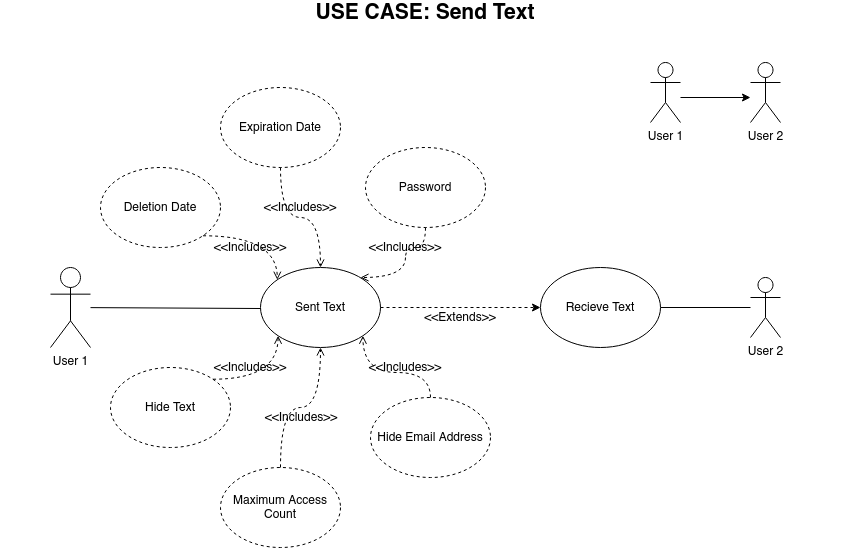
Earlier version of the draw.io export usecase/send_text/SendingAText.png (DoctorEww/software-assurance). Source tidied: cells renumbered, new cells last; positions are measured from the earlier drawing's top-left corner, leaving out a move shared by most shapes. Source of this version:
```xml
<mxGraphModel>
  <root>
    <mxCell id="0" />
    <mxCell id="1" parent="0" />
    <mxCell id="2" style="edgeStyle=orthogonalEdgeStyle;rounded=0;orthogonalLoop=1;jettySize=auto;html=1;" parent="1" edge="1">
      <mxGeometry relative="1" as="geometry">
        <mxPoint x="680" y="95" as="sourcePoint" />
        <mxPoint x="750" y="95" as="targetPoint" />
      </mxGeometry>
    </mxCell>
    <mxCell id="3" value="User 1" style="shape=umlActor;verticalLabelPosition=bottom;verticalAlign=top;html=1;" parent="1" vertex="1">
      <mxGeometry x="650" y="60" width="30" height="60" as="geometry" />
    </mxCell>
    <mxCell id="4" value="User 2" style="shape=umlActor;verticalLabelPosition=bottom;verticalAlign=top;html=1;" parent="1" vertex="1">
      <mxGeometry x="750" y="60" width="30" height="60" as="geometry" />
    </mxCell>
    <mxCell id="5" value="User 1" style="shape=umlActor;verticalLabelPosition=bottom;verticalAlign=top;html=1;outlineConnect=0;" parent="1" vertex="1">
      <mxGeometry x="50" y="265" width="40" height="80" as="geometry" />
    </mxCell>
    <mxCell id="6" value="Sent Text" style="ellipse;whiteSpace=wrap;html=1;" parent="1" vertex="1">
      <mxGeometry x="260" y="265" width="120" height="80" as="geometry" />
    </mxCell>
    <mxCell id="7" style="endArrow=none;html=1;" parent="1" edge="1" source="5">
      <mxGeometry relative="1" as="geometry">
        <mxPoint x="260" y="306" as="targetPoint" />
      </mxGeometry>
    </mxCell>
    <mxCell id="8" value="Hide Text" style="ellipse;whiteSpace=wrap;html=1;dashed=1;" parent="1" vertex="1">
      <mxGeometry x="110" y="365" width="120" height="80" as="geometry" />
    </mxCell>
    <mxCell id="9" style="edgeStyle=orthogonalEdgeStyle;rounded=0;jettySize=auto;html=1;entryX=1;entryY=0.5;entryDx=0;entryDy=0;endArrow=none;endFill=0;" parent="1" edge="1" source="10" target="18">
      <mxGeometry relative="1" as="geometry" />
    </mxCell>
    <mxCell id="10" value="User 2" style="shape=umlActor;verticalLabelPosition=bottom;verticalAlign=top;html=1;outlineConnect=0;" parent="1" vertex="1">
      <mxGeometry x="750" y="275" width="30" height="60" as="geometry" />
    </mxCell>
    <mxCell id="11" value="Deletion Date" style="ellipse;whiteSpace=wrap;html=1;dashed=1;" parent="1" vertex="1">
      <mxGeometry x="100" y="165" width="120" height="80" as="geometry" />
    </mxCell>
    <mxCell id="12" style="edgeStyle=orthogonalEdgeStyle;rounded=1;jettySize=auto;html=1;dashed=1;strokeWidth=1;endFill=0;endArrow=open;curved=1;exitX=1;exitY=1;exitDx=0;exitDy=0;entryX=0;entryY=0;entryDx=0;entryDy=0;" parent="1" edge="1" source="11" target="6">
      <mxGeometry relative="1" as="geometry" />
    </mxCell>
    <mxCell id="13" style="edgeStyle=orthogonalEdgeStyle;rounded=1;jettySize=auto;html=1;entryX=0;entryY=1;entryDx=0;entryDy=0;dashed=1;strokeWidth=1;endFill=0;endArrow=open;curved=1;exitX=1;exitY=0;exitDx=0;exitDy=0;" parent="1" edge="1" source="8" target="6">
      <mxGeometry relative="1" as="geometry" />
    </mxCell>
    <mxCell id="14" value="Expiration Date" style="ellipse;whiteSpace=wrap;html=1;dashed=1;" parent="1" vertex="1">
      <mxGeometry x="220" y="85" width="120" height="80" as="geometry" />
    </mxCell>
    <mxCell id="15" value="Maximum Access Count" style="ellipse;whiteSpace=wrap;html=1;dashed=1;" parent="1" vertex="1">
      <mxGeometry x="220" y="465" width="120" height="80" as="geometry" />
    </mxCell>
    <mxCell id="16" style="edgeStyle=orthogonalEdgeStyle;rounded=1;jettySize=auto;html=1;entryX=0.5;entryY=1;entryDx=0;entryDy=0;dashed=1;strokeWidth=1;endFill=0;endArrow=open;curved=1;exitX=0.5;exitY=0;exitDx=0;exitDy=0;" parent="1" edge="1" source="15" target="6">
      <mxGeometry relative="1" as="geometry" />
    </mxCell>
    <mxCell id="17" style="edgeStyle=orthogonalEdgeStyle;rounded=1;jettySize=auto;html=1;dashed=1;strokeWidth=1;endFill=0;endArrow=open;curved=1;exitX=0.5;exitY=1;exitDx=0;exitDy=0;" parent="1" edge="1" source="14">
      <mxGeometry relative="1" as="geometry">
        <mxPoint x="320" y="265" as="targetPoint" />
      </mxGeometry>
    </mxCell>
    <mxCell id="18" value="Recieve Text" style="ellipse;whiteSpace=wrap;html=1;" parent="1" vertex="1">
      <mxGeometry x="540" y="265" width="120" height="80" as="geometry" />
    </mxCell>
    <mxCell id="19" style="endArrow=classic;html=1;exitX=1;exitY=0.5;exitDx=0;exitDy=0;entryX=0;entryY=0.5;entryDx=0;entryDy=0;endFill=1;dashed=1;" parent="1" edge="1" source="6" target="18">
      <mxGeometry relative="1" as="geometry" />
    </mxCell>
    <mxCell id="20" value="&amp;lt;&amp;lt;Includes&amp;gt;&amp;gt;" style="text;html=1;strokeColor=none;fillColor=none;align=center;verticalAlign=middle;whiteSpace=wrap;rounded=0;" parent="1" vertex="1">
      <mxGeometry x="260" y="195" width="80" height="20" as="geometry" />
    </mxCell>
    <mxCell id="21" value="&amp;lt;&amp;lt;Includes&amp;gt;&amp;gt;" style="text;html=1;strokeColor=none;fillColor=none;align=center;verticalAlign=middle;whiteSpace=wrap;rounded=0;" parent="1" vertex="1">
      <mxGeometry x="261" y="405" width="80" height="20" as="geometry" />
    </mxCell>
    <mxCell id="22" value="&amp;lt;&amp;lt;Includes&amp;gt;&amp;gt;" style="text;html=1;strokeColor=none;fillColor=none;align=center;verticalAlign=middle;whiteSpace=wrap;rounded=0;" parent="1" vertex="1">
      <mxGeometry x="210" y="235" width="80" height="20" as="geometry" />
    </mxCell>
    <mxCell id="23" value="&amp;lt;&amp;lt;Includes&amp;gt;&amp;gt;" style="text;html=1;strokeColor=none;fillColor=none;align=center;verticalAlign=middle;whiteSpace=wrap;rounded=0;" parent="1" vertex="1">
      <mxGeometry x="210" y="355" width="80" height="20" as="geometry" />
    </mxCell>
    <mxCell id="24" value="Password" style="ellipse;whiteSpace=wrap;html=1;dashed=1;" parent="1" vertex="1">
      <mxGeometry x="365" y="145" width="120" height="80" as="geometry" />
    </mxCell>
    <mxCell id="25" value="Hide Email Address" style="ellipse;whiteSpace=wrap;html=1;dashed=1;" parent="1" vertex="1">
      <mxGeometry x="370" y="395" width="120" height="80" as="geometry" />
    </mxCell>
    <mxCell id="26" style="edgeStyle=orthogonalEdgeStyle;rounded=1;jettySize=auto;html=1;dashed=1;strokeWidth=1;endFill=0;endArrow=open;curved=1;exitX=0.5;exitY=1;exitDx=0;exitDy=0;startArrow=none;" parent="1" edge="1" source="28">
      <mxGeometry relative="1" as="geometry">
        <mxPoint x="360" y="275" as="targetPoint" />
      </mxGeometry>
    </mxCell>
    <mxCell id="27" style="edgeStyle=orthogonalEdgeStyle;rounded=1;jettySize=auto;html=1;entryX=1;entryY=1;entryDx=0;entryDy=0;dashed=1;strokeWidth=1;endFill=0;endArrow=open;curved=1;exitX=0.5;exitY=0;exitDx=0;exitDy=0;" parent="1" edge="1" source="25" target="6">
      <mxGeometry relative="1" as="geometry" />
    </mxCell>
    <mxCell id="28" value="&amp;lt;&amp;lt;Includes&amp;gt;&amp;gt;" style="text;html=1;strokeColor=none;fillColor=none;align=center;verticalAlign=middle;whiteSpace=wrap;rounded=0;" parent="1" vertex="1">
      <mxGeometry x="365" y="235" width="80" height="20" as="geometry" />
    </mxCell>
    <mxCell id="29" style="edgeStyle=orthogonalEdgeStyle;rounded=1;jettySize=auto;html=1;dashed=1;strokeWidth=1;endFill=0;endArrow=none;curved=1;exitX=0.5;exitY=1;exitDx=0;exitDy=0;" parent="1" edge="1" source="24" target="28">
      <mxGeometry relative="1" as="geometry" />
    </mxCell>
    <mxCell id="30" value="&amp;lt;&amp;lt;Includes&amp;gt;&amp;gt;" style="text;html=1;strokeColor=none;fillColor=none;align=center;verticalAlign=middle;whiteSpace=wrap;rounded=0;" parent="1" vertex="1">
      <mxGeometry x="365" y="355" width="80" height="20" as="geometry" />
    </mxCell>
    <mxCell id="31" value="&amp;lt;&amp;lt;Extends&amp;gt;&amp;gt;" style="text;html=1;strokeColor=none;fillColor=none;align=center;verticalAlign=middle;whiteSpace=wrap;rounded=0;" parent="1" vertex="1">
      <mxGeometry x="420" y="305" width="80" height="20" as="geometry" />
    </mxCell>
    <mxCell id="32" value="&lt;b&gt;&lt;font style=&quot;font-size: 21px&quot;&gt;USE CASE: Send Text&lt;br&gt;&lt;/font&gt;&lt;/b&gt;" style="text;html=1;strokeColor=none;fillColor=none;align=center;verticalAlign=middle;whiteSpace=wrap;rounded=0;" parent="1" vertex="1">
      <mxGeometry width="850" height="20" as="geometry" />
    </mxCell>
  </root>
</mxGraphModel>
```
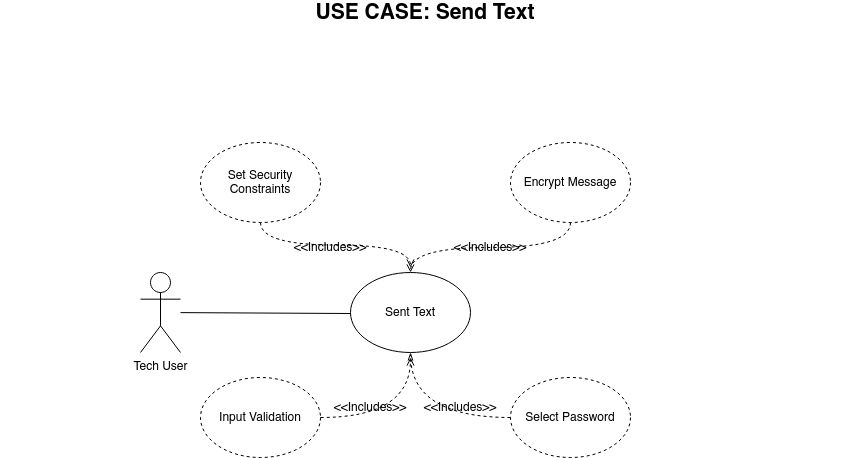
The same diagram one commit later.

Diff of the diagram source:
```diff
@@ -2,107 +2,65 @@
   <root>
     <mxCell id="0" />
     <mxCell id="1" parent="0" />
-    <mxCell id="2" style="edgeStyle=orthogonalEdgeStyle;rounded=0;orthogonalLoop=1;jettySize=auto;html=1;" parent="1" edge="1">
-      <mxGeometry relative="1" as="geometry">
-        <mxPoint x="680" y="95" as="sourcePoint" />
-        <mxPoint x="750" y="95" as="targetPoint" />
-      </mxGeometry>
-    </mxCell>
-    <mxCell id="3" value="User 1" style="shape=umlActor;verticalLabelPosition=bottom;verticalAlign=top;html=1;" parent="1" vertex="1">
-      <mxGeometry x="650" y="60" width="30" height="60" as="geometry" />
-    </mxCell>
-    <mxCell id="4" value="User 2" style="shape=umlActor;verticalLabelPosition=bottom;verticalAlign=top;html=1;" parent="1" vertex="1">
-      <mxGeometry x="750" y="60" width="30" height="60" as="geometry" />
-    </mxCell>
-    <mxCell id="5" value="User 1" style="shape=umlActor;verticalLabelPosition=bottom;verticalAlign=top;html=1;outlineConnect=0;" parent="1" vertex="1">
-      <mxGeometry x="50" y="265" width="40" height="80" as="geometry" />
+    <mxCell id="5" value="Tech User" style="shape=umlActor;verticalLabelPosition=bottom;verticalAlign=top;html=1;outlineConnect=0;" parent="1" vertex="1">
+      <mxGeometry x="140" y="270" width="40" height="80" as="geometry" />
     </mxCell>
     <mxCell id="6" value="Sent Text" style="ellipse;whiteSpace=wrap;html=1;" parent="1" vertex="1">
-      <mxGeometry x="260" y="265" width="120" height="80" as="geometry" />
+      <mxGeometry x="350" y="270" width="120" height="80" as="geometry" />
     </mxCell>
     <mxCell id="7" style="endArrow=none;html=1;" parent="1" edge="1" source="5">
       <mxGeometry relative="1" as="geometry">
-        <mxPoint x="260" y="306" as="targetPoint" />
+        <mxPoint x="350" y="311" as="targetPoint" />
       </mxGeometry>
     </mxCell>
-    <mxCell id="8" value="Hide Text" style="ellipse;whiteSpace=wrap;html=1;dashed=1;" parent="1" vertex="1">
-      <mxGeometry x="110" y="365" width="120" height="80" as="geometry" />
-    </mxCell>
-    <mxCell id="9" style="edgeStyle=orthogonalEdgeStyle;rounded=0;jettySize=auto;html=1;entryX=1;entryY=0.5;entryDx=0;entryDy=0;endArrow=none;endFill=0;" parent="1" edge="1" source="10" target="18">
-      <mxGeometry relative="1" as="geometry" />
-    </mxCell>
-    <mxCell id="10" value="User 2" style="shape=umlActor;verticalLabelPosition=bottom;verticalAlign=top;html=1;outlineConnect=0;" parent="1" vertex="1">
-      <mxGeometry x="750" y="275" width="30" height="60" as="geometry" />
-    </mxCell>
-    <mxCell id="11" value="Deletion Date" style="ellipse;whiteSpace=wrap;html=1;dashed=1;" parent="1" vertex="1">
-      <mxGeometry x="100" y="165" width="120" height="80" as="geometry" />
+    <mxCell id="11" value="Set Security Constraints" style="ellipse;whiteSpace=wrap;html=1;dashed=1;" parent="1" vertex="1">
+      <mxGeometry x="200" y="140" width="120" height="80" as="geometry" />
     </mxCell>
-    <mxCell id="12" style="edgeStyle=orthogonalEdgeStyle;rounded=1;jettySize=auto;html=1;dashed=1;strokeWidth=1;endFill=0;endArrow=open;curved=1;exitX=1;exitY=1;exitDx=0;exitDy=0;entryX=0;entryY=0;entryDx=0;entryDy=0;" parent="1" edge="1" source="11" target="6">
-      <mxGeometry relative="1" as="geometry" />
-    </mxCell>
-    <mxCell id="13" style="edgeStyle=orthogonalEdgeStyle;rounded=1;jettySize=auto;html=1;entryX=0;entryY=1;entryDx=0;entryDy=0;dashed=1;strokeWidth=1;endFill=0;endArrow=open;curved=1;exitX=1;exitY=0;exitDx=0;exitDy=0;" parent="1" edge="1" source="8" target="6">
-      <mxGeometry relative="1" as="geometry" />
-    </mxCell>
-    <mxCell id="14" value="Expiration Date" style="ellipse;whiteSpace=wrap;html=1;dashed=1;" parent="1" vertex="1">
-      <mxGeometry x="220" y="85" width="120" height="80" as="geometry" />
+    <mxCell id="14" value="Encrypt Message" style="ellipse;whiteSpace=wrap;html=1;dashed=1;" parent="1" vertex="1">
+      <mxGeometry x="510" y="140" width="120" height="80" as="geometry" />
     </mxCell>
-    <mxCell id="15" value="Maximum Access Count" style="ellipse;whiteSpace=wrap;html=1;dashed=1;" parent="1" vertex="1">
-      <mxGeometry x="220" y="465" width="120" height="80" as="geometry" />
-    </mxCell>
-    <mxCell id="16" style="edgeStyle=orthogonalEdgeStyle;rounded=1;jettySize=auto;html=1;entryX=0.5;entryY=1;entryDx=0;entryDy=0;dashed=1;strokeWidth=1;endFill=0;endArrow=open;curved=1;exitX=0.5;exitY=0;exitDx=0;exitDy=0;" parent="1" edge="1" source="15" target="6">
-      <mxGeometry relative="1" as="geometry" />
-    </mxCell>
     <mxCell id="17" style="edgeStyle=orthogonalEdgeStyle;rounded=1;jettySize=auto;html=1;dashed=1;strokeWidth=1;endFill=0;endArrow=open;curved=1;exitX=0.5;exitY=1;exitDx=0;exitDy=0;" parent="1" edge="1" source="14">
       <mxGeometry relative="1" as="geometry">
-        <mxPoint x="320" y="265" as="targetPoint" />
+        <mxPoint x="410" y="270" as="targetPoint" />
       </mxGeometry>
     </mxCell>
-    <mxCell id="18" value="Recieve Text" style="ellipse;whiteSpace=wrap;html=1;" parent="1" vertex="1">
-      <mxGeometry x="540" y="265" width="120" height="80" as="geometry" />
-    </mxCell>
-    <mxCell id="19" style="endArrow=classic;html=1;exitX=1;exitY=0.5;exitDx=0;exitDy=0;entryX=0;entryY=0.5;entryDx=0;entryDy=0;endFill=1;dashed=1;" parent="1" edge="1" source="6" target="18">
-      <mxGeometry relative="1" as="geometry" />
-    </mxCell>
     <mxCell id="20" value="&amp;lt;&amp;lt;Includes&amp;gt;&amp;gt;" style="text;html=1;strokeColor=none;fillColor=none;align=center;verticalAlign=middle;whiteSpace=wrap;rounded=0;" parent="1" vertex="1">
-      <mxGeometry x="260" y="195" width="80" height="20" as="geometry" />
+      <mxGeometry x="450" y="235" width="80" height="20" as="geometry" />
     </mxCell>
-    <mxCell id="21" value="&amp;lt;&amp;lt;Includes&amp;gt;&amp;gt;" style="text;html=1;strokeColor=none;fillColor=none;align=center;verticalAlign=middle;whiteSpace=wrap;rounded=0;" parent="1" vertex="1">
-      <mxGeometry x="261" y="405" width="80" height="20" as="geometry" />
-    </mxCell>
-    <mxCell id="22" value="&amp;lt;&amp;lt;Includes&amp;gt;&amp;gt;" style="text;html=1;strokeColor=none;fillColor=none;align=center;verticalAlign=middle;whiteSpace=wrap;rounded=0;" parent="1" vertex="1">
-      <mxGeometry x="210" y="235" width="80" height="20" as="geometry" />
-    </mxCell>
-    <mxCell id="23" value="&amp;lt;&amp;lt;Includes&amp;gt;&amp;gt;" style="text;html=1;strokeColor=none;fillColor=none;align=center;verticalAlign=middle;whiteSpace=wrap;rounded=0;" parent="1" vertex="1">
-      <mxGeometry x="210" y="355" width="80" height="20" as="geometry" />
-    </mxCell>
-    <mxCell id="24" value="Password" style="ellipse;whiteSpace=wrap;html=1;dashed=1;" parent="1" vertex="1">
-      <mxGeometry x="365" y="145" width="120" height="80" as="geometry" />
+    <mxCell id="24" value="Select Password" style="ellipse;whiteSpace=wrap;html=1;dashed=1;" parent="1" vertex="1">
+      <mxGeometry x="510" y="375" width="120" height="80" as="geometry" />
     </mxCell>
-    <mxCell id="25" value="Hide Email Address" style="ellipse;whiteSpace=wrap;html=1;dashed=1;" parent="1" vertex="1">
-      <mxGeometry x="370" y="395" width="120" height="80" as="geometry" />
-    </mxCell>
-    <mxCell id="26" style="edgeStyle=orthogonalEdgeStyle;rounded=1;jettySize=auto;html=1;dashed=1;strokeWidth=1;endFill=0;endArrow=open;curved=1;exitX=0.5;exitY=1;exitDx=0;exitDy=0;startArrow=none;" parent="1" edge="1" source="28">
-      <mxGeometry relative="1" as="geometry">
-        <mxPoint x="360" y="275" as="targetPoint" />
-      </mxGeometry>
-    </mxCell>
-    <mxCell id="27" style="edgeStyle=orthogonalEdgeStyle;rounded=1;jettySize=auto;html=1;entryX=1;entryY=1;entryDx=0;entryDy=0;dashed=1;strokeWidth=1;endFill=0;endArrow=open;curved=1;exitX=0.5;exitY=0;exitDx=0;exitDy=0;" parent="1" edge="1" source="25" target="6">
-      <mxGeometry relative="1" as="geometry" />
-    </mxCell>
     <mxCell id="28" value="&amp;lt;&amp;lt;Includes&amp;gt;&amp;gt;" style="text;html=1;strokeColor=none;fillColor=none;align=center;verticalAlign=middle;whiteSpace=wrap;rounded=0;" parent="1" vertex="1">
-      <mxGeometry x="365" y="235" width="80" height="20" as="geometry" />
+      <mxGeometry x="420" y="395" width="80" height="20" as="geometry" />
     </mxCell>
-    <mxCell id="29" style="edgeStyle=orthogonalEdgeStyle;rounded=1;jettySize=auto;html=1;dashed=1;strokeWidth=1;endFill=0;endArrow=none;curved=1;exitX=0.5;exitY=1;exitDx=0;exitDy=0;" parent="1" edge="1" source="24" target="28">
-      <mxGeometry relative="1" as="geometry" />
+    <mxCell id="29" style="edgeStyle=orthogonalEdgeStyle;rounded=1;jettySize=auto;html=1;dashed=1;strokeWidth=1;endFill=0;endArrow=openThin;curved=1;entryX=0.5;entryY=1;entryDx=0;entryDy=0;" parent="1" edge="1" source="24" target="6">
+      <mxGeometry relative="1" as="geometry">
+        <Array as="points">
+          <mxPoint x="410" y="415" />
+        </Array>
+      </mxGeometry>
     </mxCell>
-    <mxCell id="30" value="&amp;lt;&amp;lt;Includes&amp;gt;&amp;gt;" style="text;html=1;strokeColor=none;fillColor=none;align=center;verticalAlign=middle;whiteSpace=wrap;rounded=0;" parent="1" vertex="1">
-      <mxGeometry x="365" y="355" width="80" height="20" as="geometry" />
-    </mxCell>
-    <mxCell id="31" value="&amp;lt;&amp;lt;Extends&amp;gt;&amp;gt;" style="text;html=1;strokeColor=none;fillColor=none;align=center;verticalAlign=middle;whiteSpace=wrap;rounded=0;" parent="1" vertex="1">
-      <mxGeometry x="420" y="305" width="80" height="20" as="geometry" />
-    </mxCell>
     <mxCell id="32" value="&lt;b&gt;&lt;font style=&quot;font-size: 21px&quot;&gt;USE CASE: Send Text&lt;br&gt;&lt;/font&gt;&lt;/b&gt;" style="text;html=1;strokeColor=none;fillColor=none;align=center;verticalAlign=middle;whiteSpace=wrap;rounded=0;" parent="1" vertex="1">
       <mxGeometry width="850" height="20" as="geometry" />
     </mxCell>
+    <mxCell id="33" style="edgeStyle=orthogonalEdgeStyle;rounded=1;jettySize=auto;html=1;dashed=1;strokeWidth=1;endFill=0;endArrow=open;curved=1;exitX=0.5;exitY=1;exitDx=0;exitDy=0;" parent="1" edge="1" source="11">
+      <mxGeometry relative="1" as="geometry">
+        <mxPoint x="410" y="265" as="targetPoint" />
+      </mxGeometry>
+    </mxCell>
+    <mxCell id="34" value="&amp;lt;&amp;lt;Includes&amp;gt;&amp;gt;" style="text;html=1;strokeColor=none;fillColor=none;align=center;verticalAlign=middle;whiteSpace=wrap;rounded=0;" parent="1" vertex="1">
+      <mxGeometry x="290" y="235" width="80" height="20" as="geometry" />
+    </mxCell>
+    <mxCell id="35" value="Input Validation" style="ellipse;whiteSpace=wrap;html=1;dashed=1;" parent="1" vertex="1">
+      <mxGeometry x="200" y="375" width="120" height="80" as="geometry" />
+    </mxCell>
+    <mxCell id="36" style="edgeStyle=orthogonalEdgeStyle;rounded=1;jettySize=auto;html=1;dashed=1;strokeWidth=1;endFill=0;endArrow=open;curved=1;" parent="1" edge="1" source="35">
+      <mxGeometry relative="1" as="geometry">
+        <mxPoint x="410" y="355" as="targetPoint" />
+      </mxGeometry>
+    </mxCell>
+    <mxCell id="37" value="&amp;lt;&amp;lt;Includes&amp;gt;&amp;gt;" style="text;html=1;strokeColor=none;fillColor=none;align=center;verticalAlign=middle;whiteSpace=wrap;rounded=0;" parent="1" vertex="1">
+      <mxGeometry x="330" y="395" width="80" height="20" as="geometry" />
+    </mxCell>
   </root>
 </mxGraphModel>
```
